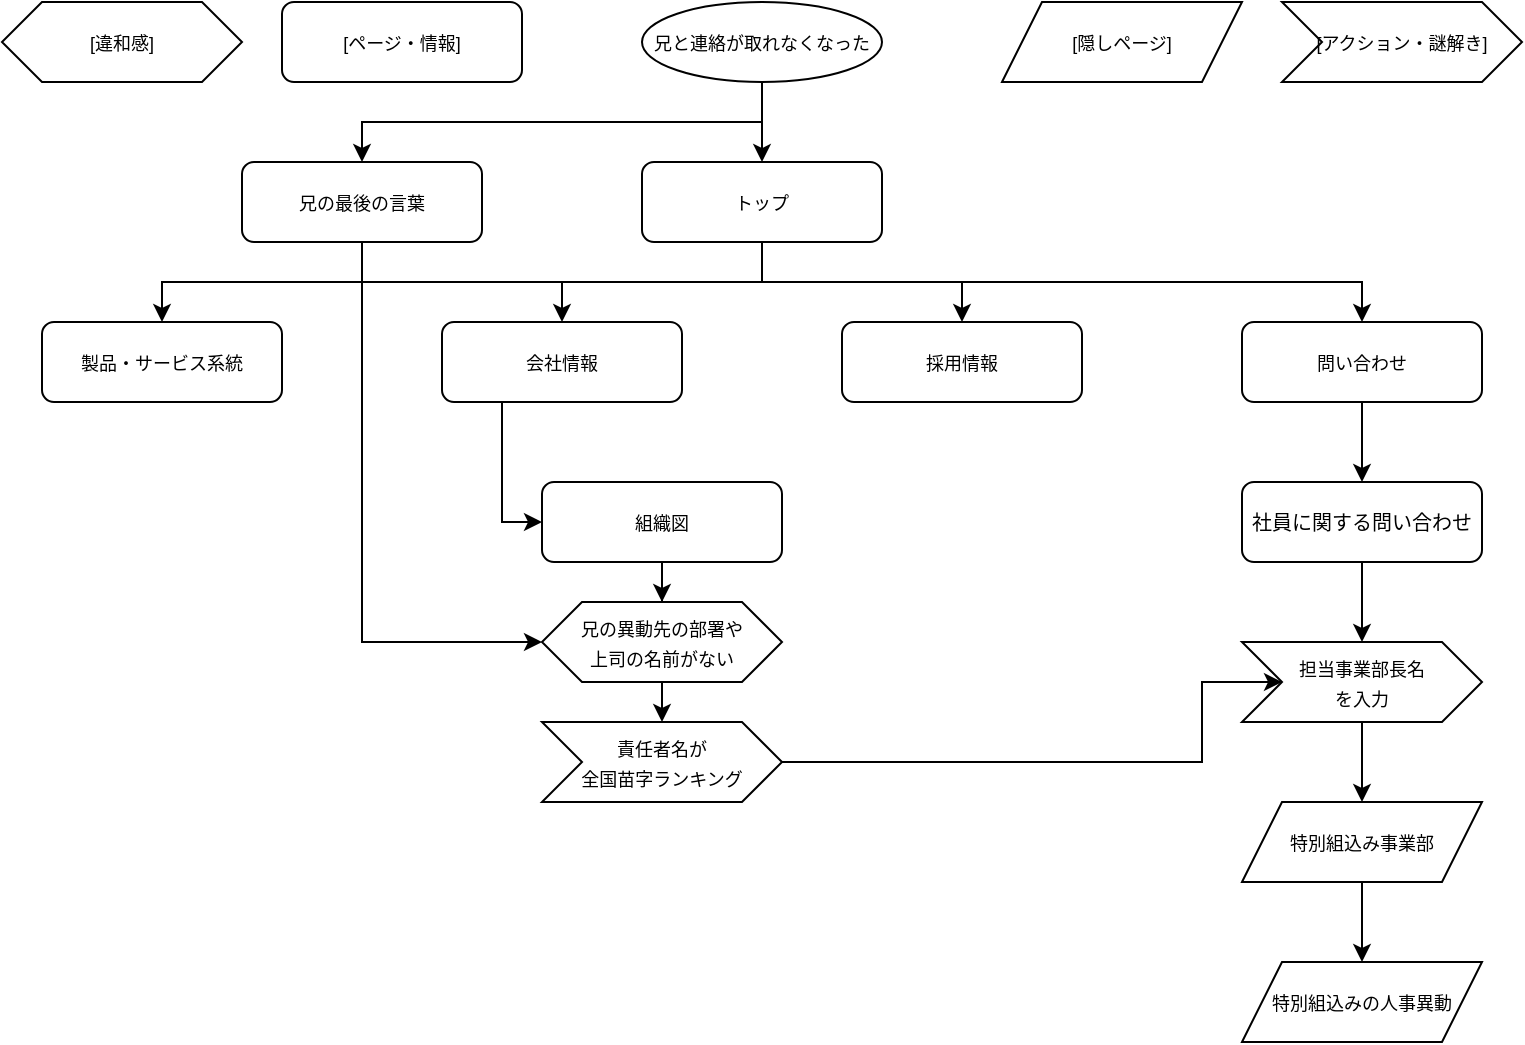
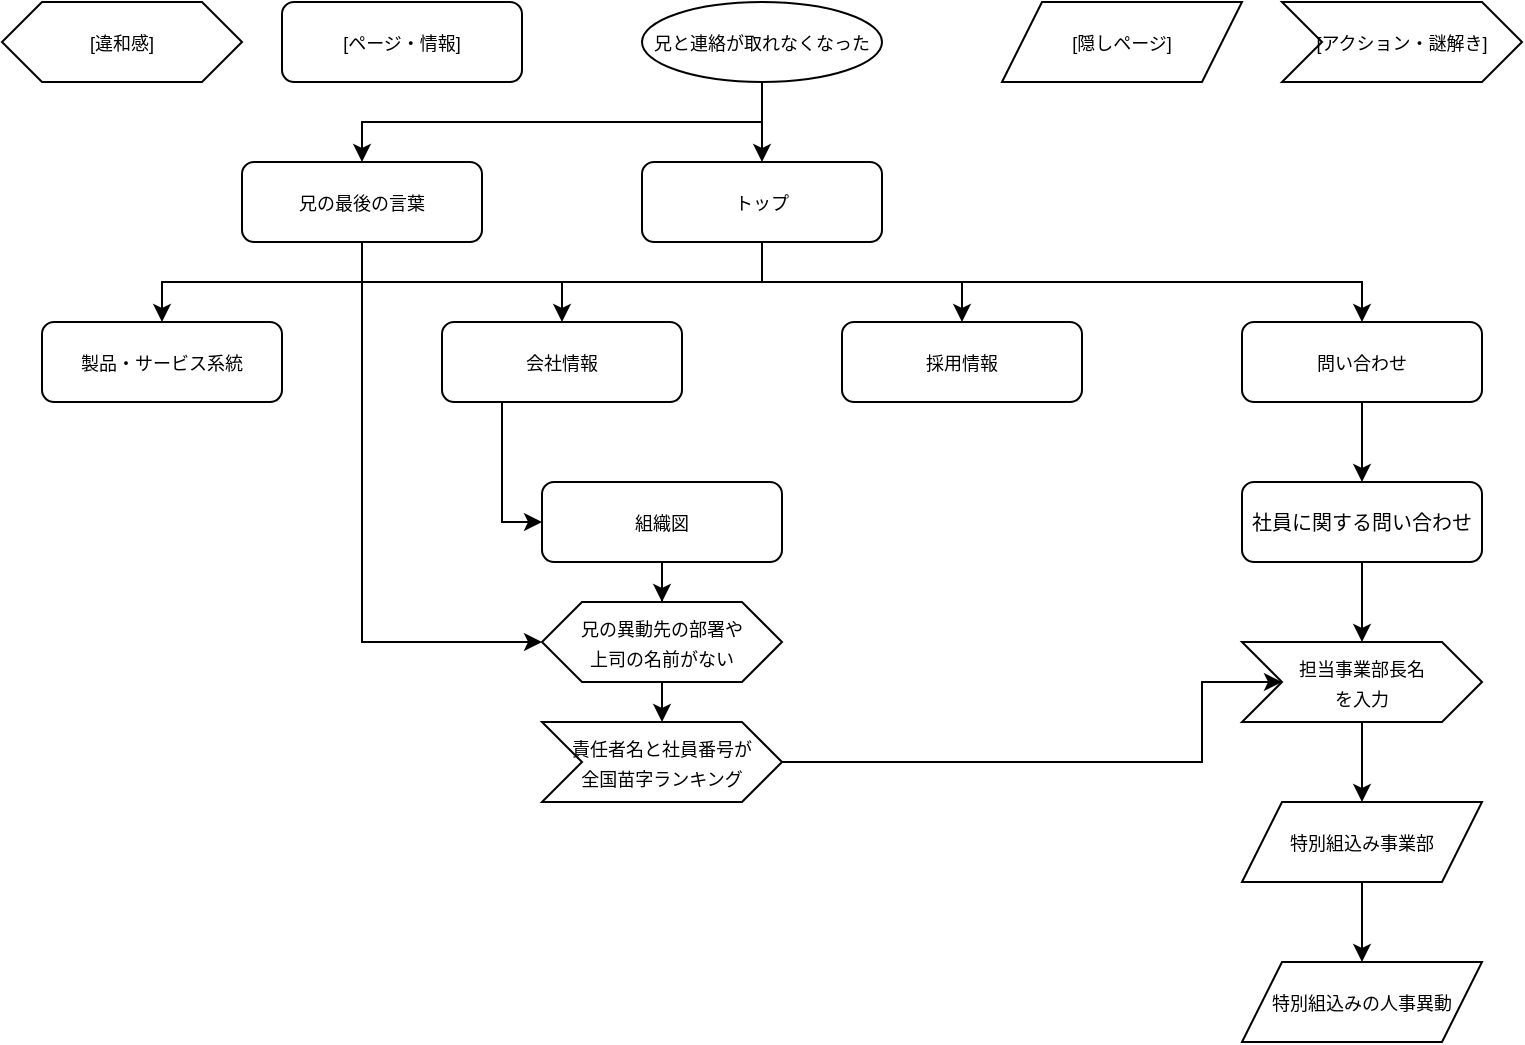
<mxfile host="app.diagrams.net">
  <diagram name="ページ-1" id="SspNnKsi7fuRaBvJYO7E">
-     <mxGraphModel dx="1212" dy="774" grid="1" gridSize="10" guides="1" tooltips="1" connect="1" arrows="1" fold="1" page="1" pageScale="1" pageWidth="800" pageHeight="1169" math="0" shadow="0">
+     <mxGraphModel dx="1030" dy="658" grid="1" gridSize="10" guides="1" tooltips="1" connect="1" arrows="1" fold="1" page="1" pageScale="1" pageWidth="800" pageHeight="1169" math="0" shadow="0">
      <root>
        <mxCell id="0" />
        <mxCell id="1" parent="0" />
        <mxCell id="Oz_Tc0_ftmsHe5I9UQDS-19" edge="1" parent="1" source="Oz_Tc0_ftmsHe5I9UQDS-2" style="edgeStyle=orthogonalEdgeStyle;rounded=0;orthogonalLoop=1;jettySize=auto;html=1;exitX=0.5;exitY=1;exitDx=0;exitDy=0;" target="Oz_Tc0_ftmsHe5I9UQDS-18">
          <mxGeometry relative="1" as="geometry" />
        </mxCell>
        <mxCell id="Oz_Tc0_ftmsHe5I9UQDS-51" edge="1" parent="1" source="Oz_Tc0_ftmsHe5I9UQDS-2" style="edgeStyle=orthogonalEdgeStyle;rounded=0;orthogonalLoop=1;jettySize=auto;html=1;exitX=0.5;exitY=1;exitDx=0;exitDy=0;entryX=0.5;entryY=0;entryDx=0;entryDy=0;" target="Oz_Tc0_ftmsHe5I9UQDS-55">
          <mxGeometry relative="1" as="geometry">
            <mxPoint x="260" y="120" as="targetPoint" />
          </mxGeometry>
        </mxCell>
        <mxCell id="Oz_Tc0_ftmsHe5I9UQDS-2" parent="1" style="ellipse;whiteSpace=wrap;html=1;" value="&lt;font style=&quot;font-size: 9px;&quot;&gt;兄と連絡が取れなくなった&lt;/font&gt;" vertex="1">
          <mxGeometry height="40" width="120" x="340" y="40" as="geometry" />
        </mxCell>
        <mxCell id="Oz_Tc0_ftmsHe5I9UQDS-24" edge="1" parent="1" source="Oz_Tc0_ftmsHe5I9UQDS-18" style="edgeStyle=orthogonalEdgeStyle;rounded=0;orthogonalLoop=1;jettySize=auto;html=1;exitX=0.5;exitY=1;exitDx=0;exitDy=0;entryX=0.5;entryY=0;entryDx=0;entryDy=0;" target="Oz_Tc0_ftmsHe5I9UQDS-23">
          <mxGeometry relative="1" as="geometry" />
        </mxCell>
        <mxCell id="Oz_Tc0_ftmsHe5I9UQDS-44" edge="1" parent="1" source="Oz_Tc0_ftmsHe5I9UQDS-18" style="edgeStyle=orthogonalEdgeStyle;rounded=0;orthogonalLoop=1;jettySize=auto;html=1;exitX=0.5;exitY=1;exitDx=0;exitDy=0;entryX=0.5;entryY=0;entryDx=0;entryDy=0;" target="Oz_Tc0_ftmsHe5I9UQDS-41">
          <mxGeometry relative="1" as="geometry" />
        </mxCell>
        <mxCell id="Oz_Tc0_ftmsHe5I9UQDS-45" edge="1" parent="1" source="Oz_Tc0_ftmsHe5I9UQDS-18" style="edgeStyle=orthogonalEdgeStyle;rounded=0;orthogonalLoop=1;jettySize=auto;html=1;exitX=0.5;exitY=1;exitDx=0;exitDy=0;entryX=0.5;entryY=0;entryDx=0;entryDy=0;" target="Oz_Tc0_ftmsHe5I9UQDS-42">
          <mxGeometry relative="1" as="geometry" />
        </mxCell>
        <mxCell id="Oz_Tc0_ftmsHe5I9UQDS-46" edge="1" parent="1" source="Oz_Tc0_ftmsHe5I9UQDS-18" style="edgeStyle=orthogonalEdgeStyle;rounded=0;orthogonalLoop=1;jettySize=auto;html=1;exitX=0.5;exitY=1;exitDx=0;exitDy=0;" target="Oz_Tc0_ftmsHe5I9UQDS-43">
          <mxGeometry relative="1" as="geometry" />
        </mxCell>
        <mxCell id="Oz_Tc0_ftmsHe5I9UQDS-18" parent="1" style="rounded=1;whiteSpace=wrap;html=1;" value="&lt;font style=&quot;font-size: 9px;&quot;&gt;トップ&lt;/font&gt;" vertex="1">
          <mxGeometry height="40" width="120" x="340" y="120" as="geometry" />
        </mxCell>
        <mxCell id="Oz_Tc0_ftmsHe5I9UQDS-37" edge="1" parent="1" source="Oz_Tc0_ftmsHe5I9UQDS-69" style="edgeStyle=orthogonalEdgeStyle;rounded=0;orthogonalLoop=1;jettySize=auto;html=1;exitX=0.5;exitY=1;exitDx=0;exitDy=0;entryX=0.5;entryY=0;entryDx=0;entryDy=0;" target="Oz_Tc0_ftmsHe5I9UQDS-35">
          <mxGeometry relative="1" as="geometry" />
        </mxCell>
        <mxCell id="Oz_Tc0_ftmsHe5I9UQDS-25" edge="1" parent="1" source="Oz_Tc0_ftmsHe5I9UQDS-23" style="edgeStyle=orthogonalEdgeStyle;rounded=0;orthogonalLoop=1;jettySize=auto;html=1;exitX=0.5;exitY=1;exitDx=0;exitDy=0;entryX=0.5;entryY=0;entryDx=0;entryDy=0;" target="Oz_Tc0_ftmsHe5I9UQDS-69">
          <mxGeometry relative="1" as="geometry" />
        </mxCell>
        <mxCell id="Oz_Tc0_ftmsHe5I9UQDS-23" parent="1" style="rounded=1;whiteSpace=wrap;html=1;" value="&lt;font style=&quot;font-size: 9px;&quot;&gt;問い合わせ&lt;/font&gt;" vertex="1">
          <mxGeometry height="40" width="120" x="640" y="200" as="geometry" />
        </mxCell>
        <mxCell id="Oz_Tc0_ftmsHe5I9UQDS-27" parent="1" style="rounded=1;whiteSpace=wrap;html=1;" value="&lt;font style=&quot;font-size: 9px;&quot;&gt;[ページ・情報]&lt;/font&gt;" vertex="1">
          <mxGeometry height="40" width="120" x="160" y="40" as="geometry" />
        </mxCell>
        <mxCell id="Oz_Tc0_ftmsHe5I9UQDS-29" parent="1" style="shape=hexagon;perimeter=hexagonPerimeter2;whiteSpace=wrap;html=1;fixedSize=1;" value="&lt;font style=&quot;font-size: 9px;&quot;&gt;[違和感]&lt;/font&gt;" vertex="1">
          <mxGeometry height="40" width="120" x="20" y="40" as="geometry" />
        </mxCell>
        <mxCell id="Oz_Tc0_ftmsHe5I9UQDS-31" parent="1" style="shape=parallelogram;perimeter=parallelogramPerimeter;whiteSpace=wrap;html=1;fixedSize=1;" value="&lt;font style=&quot;font-size: 9px;&quot;&gt;[隠しページ]&lt;/font&gt;" vertex="1">
          <mxGeometry height="40" width="120" x="520" y="40" as="geometry" />
        </mxCell>
        <mxCell id="Oz_Tc0_ftmsHe5I9UQDS-34" parent="1" style="shape=step;perimeter=stepPerimeter;whiteSpace=wrap;html=1;fixedSize=1;" value="&lt;font style=&quot;font-size: 9px;&quot;&gt;[アクション・謎解き]&lt;/font&gt;" vertex="1">
          <mxGeometry height="40" width="120" x="660" y="40" as="geometry" />
        </mxCell>
        <mxCell id="Oz_Tc0_ftmsHe5I9UQDS-39" edge="1" parent="1" source="Oz_Tc0_ftmsHe5I9UQDS-35" style="edgeStyle=orthogonalEdgeStyle;rounded=0;orthogonalLoop=1;jettySize=auto;html=1;exitX=0.5;exitY=1;exitDx=0;exitDy=0;entryX=0.5;entryY=0;entryDx=0;entryDy=0;" target="Oz_Tc0_ftmsHe5I9UQDS-38">
          <mxGeometry relative="1" as="geometry" />
        </mxCell>
        <mxCell id="Oz_Tc0_ftmsHe5I9UQDS-35" parent="1" style="shape=step;perimeter=stepPerimeter;whiteSpace=wrap;html=1;fixedSize=1;" value="&lt;font style=&quot;font-size: 9px;&quot;&gt;担当事業部長名&lt;/font&gt;&lt;div&gt;&lt;span style=&quot;font-size: 9px; background-color: transparent; color: light-dark(rgb(0, 0, 0), rgb(255, 255, 255));&quot;&gt;を入力&lt;/span&gt;&lt;/div&gt;" vertex="1">
          <mxGeometry height="40" width="120" x="640" y="360" as="geometry" />
        </mxCell>
        <mxCell id="Oz_Tc0_ftmsHe5I9UQDS-68" edge="1" parent="1" source="Oz_Tc0_ftmsHe5I9UQDS-38" style="edgeStyle=orthogonalEdgeStyle;rounded=0;orthogonalLoop=1;jettySize=auto;html=1;exitX=0.5;exitY=1;exitDx=0;exitDy=0;entryX=0.5;entryY=0;entryDx=0;entryDy=0;" target="Oz_Tc0_ftmsHe5I9UQDS-67">
          <mxGeometry relative="1" as="geometry" />
        </mxCell>
        <mxCell id="Oz_Tc0_ftmsHe5I9UQDS-38" parent="1" style="shape=parallelogram;perimeter=parallelogramPerimeter;whiteSpace=wrap;html=1;fixedSize=1;" value="&lt;font style=&quot;font-size: 9px;&quot;&gt;特別組込み事業部&lt;/font&gt;" vertex="1">
          <mxGeometry height="40" width="120" x="640" y="440" as="geometry" />
        </mxCell>
        <mxCell id="Oz_Tc0_ftmsHe5I9UQDS-41" parent="1" style="rounded=1;whiteSpace=wrap;html=1;" value="&lt;font style=&quot;font-size: 9px;&quot;&gt;採用情報&lt;/font&gt;" vertex="1">
          <mxGeometry height="40" width="120" x="440" y="200" as="geometry" />
        </mxCell>
        <mxCell id="Oz_Tc0_ftmsHe5I9UQDS-48" edge="1" parent="1" source="Oz_Tc0_ftmsHe5I9UQDS-42" style="edgeStyle=orthogonalEdgeStyle;rounded=0;orthogonalLoop=1;jettySize=auto;html=1;exitX=0.25;exitY=1;exitDx=0;exitDy=0;entryX=0;entryY=0.5;entryDx=0;entryDy=0;" target="Oz_Tc0_ftmsHe5I9UQDS-47">
          <mxGeometry relative="1" as="geometry" />
        </mxCell>
        <mxCell id="Oz_Tc0_ftmsHe5I9UQDS-42" parent="1" style="rounded=1;whiteSpace=wrap;html=1;" value="&lt;font style=&quot;font-size: 9px;&quot;&gt;会社情報&lt;/font&gt;" vertex="1">
          <mxGeometry height="40" width="120" x="240" y="200" as="geometry" />
        </mxCell>
        <mxCell id="Oz_Tc0_ftmsHe5I9UQDS-43" parent="1" style="rounded=1;whiteSpace=wrap;html=1;" value="&lt;font style=&quot;font-size: 9px;&quot;&gt;製品・サービス系統&lt;/font&gt;" vertex="1">
          <mxGeometry height="40" width="120" x="40" y="200" as="geometry" />
        </mxCell>
        <mxCell id="Oz_Tc0_ftmsHe5I9UQDS-62" edge="1" parent="1" source="Oz_Tc0_ftmsHe5I9UQDS-47" style="edgeStyle=orthogonalEdgeStyle;rounded=0;orthogonalLoop=1;jettySize=auto;html=1;exitX=0.5;exitY=1;exitDx=0;exitDy=0;" target="Oz_Tc0_ftmsHe5I9UQDS-49">
          <mxGeometry relative="1" as="geometry" />
        </mxCell>
        <mxCell id="Oz_Tc0_ftmsHe5I9UQDS-47" parent="1" style="rounded=1;whiteSpace=wrap;html=1;" value="&lt;font style=&quot;font-size: 9px;&quot;&gt;組織図&lt;/font&gt;" vertex="1">
          <mxGeometry height="40" width="120" x="290" y="280" as="geometry" />
        </mxCell>
        <mxCell id="Oz_Tc0_ftmsHe5I9UQDS-64" edge="1" parent="1" source="Oz_Tc0_ftmsHe5I9UQDS-49" style="edgeStyle=orthogonalEdgeStyle;rounded=0;orthogonalLoop=1;jettySize=auto;html=1;exitX=0.5;exitY=1;exitDx=0;exitDy=0;entryX=0.5;entryY=0;entryDx=0;entryDy=0;" target="Oz_Tc0_ftmsHe5I9UQDS-63">
          <mxGeometry relative="1" as="geometry" />
        </mxCell>
        <mxCell id="Oz_Tc0_ftmsHe5I9UQDS-49" parent="1" style="shape=hexagon;perimeter=hexagonPerimeter2;whiteSpace=wrap;html=1;fixedSize=1;" value="&lt;font style=&quot;font-size: 9px;&quot;&gt;兄の異動先の&lt;/font&gt;&lt;font style=&quot;background-color: transparent; color: light-dark(rgb(0, 0, 0), rgb(255, 255, 255)); font-size: 9px;&quot;&gt;部署や&lt;/font&gt;&lt;div&gt;&lt;font style=&quot;background-color: transparent; color: light-dark(rgb(0, 0, 0), rgb(255, 255, 255)); font-size: 9px;&quot;&gt;上司の&lt;/font&gt;&lt;span style=&quot;background-color: transparent; color: light-dark(rgb(0, 0, 0), rgb(255, 255, 255)); font-size: 9px;&quot;&gt;名前がない&lt;/span&gt;&lt;/div&gt;" vertex="1">
          <mxGeometry height="40" width="120" x="290" y="340" as="geometry" />
        </mxCell>
        <mxCell id="Oz_Tc0_ftmsHe5I9UQDS-57" edge="1" parent="1" source="Oz_Tc0_ftmsHe5I9UQDS-55" style="edgeStyle=orthogonalEdgeStyle;rounded=0;orthogonalLoop=1;jettySize=auto;html=1;exitX=0.5;exitY=1;exitDx=0;exitDy=0;entryX=0;entryY=0.5;entryDx=0;entryDy=0;" target="Oz_Tc0_ftmsHe5I9UQDS-49">
          <mxGeometry relative="1" as="geometry" />
        </mxCell>
        <mxCell id="Oz_Tc0_ftmsHe5I9UQDS-55" parent="1" style="rounded=1;whiteSpace=wrap;html=1;" value="&lt;font style=&quot;font-size: 9px;&quot;&gt;兄の最後の言葉&lt;/font&gt;" vertex="1">
          <mxGeometry height="40" width="120" x="140" y="120" as="geometry" />
        </mxCell>
        <mxCell id="Oz_Tc0_ftmsHe5I9UQDS-65" edge="1" parent="1" source="Oz_Tc0_ftmsHe5I9UQDS-63" style="edgeStyle=orthogonalEdgeStyle;rounded=0;orthogonalLoop=1;jettySize=auto;html=1;exitX=1;exitY=0.5;exitDx=0;exitDy=0;entryX=0;entryY=0.5;entryDx=0;entryDy=0;" target="Oz_Tc0_ftmsHe5I9UQDS-35">
          <mxGeometry relative="1" as="geometry">
            <Array as="points">
              <mxPoint x="620" y="420" />
              <mxPoint x="620" y="380" />
            </Array>
          </mxGeometry>
        </mxCell>
-         <mxCell id="Oz_Tc0_ftmsHe5I9UQDS-63" parent="1" style="shape=step;perimeter=stepPerimeter;whiteSpace=wrap;html=1;fixedSize=1;" value="&lt;font style=&quot;font-size: 9px;&quot;&gt;責任者名が&lt;/font&gt;&lt;div&gt;&lt;font style=&quot;font-size: 9px;&quot;&gt;全国苗字ランキング&lt;/font&gt;&lt;/div&gt;" vertex="1">
+         <mxCell id="Oz_Tc0_ftmsHe5I9UQDS-63" parent="1" style="shape=step;perimeter=stepPerimeter;whiteSpace=wrap;html=1;fixedSize=1;" value="&lt;font style=&quot;font-size: 9px;&quot;&gt;責任者名と社員番号が&lt;/font&gt;&lt;div&gt;&lt;div&gt;&lt;font style=&quot;font-size: 9px;&quot;&gt;全国苗字ランキング&lt;/font&gt;&lt;/div&gt;&lt;/div&gt;" vertex="1">
          <mxGeometry height="40" width="120" x="290" y="400" as="geometry" />
        </mxCell>
        <mxCell id="Oz_Tc0_ftmsHe5I9UQDS-67" parent="1" style="shape=parallelogram;perimeter=parallelogramPerimeter;whiteSpace=wrap;html=1;fixedSize=1;" value="&lt;font style=&quot;font-size: 9px;&quot;&gt;特別組込みの人事異動&lt;/font&gt;" vertex="1">
          <mxGeometry height="40" width="120" x="640" y="520" as="geometry" />
        </mxCell>
        <mxCell id="Oz_Tc0_ftmsHe5I9UQDS-69" parent="1" style="rounded=1;whiteSpace=wrap;html=1;" value="&lt;font size=&quot;1&quot;&gt;社員に関する問い合わせ&lt;/font&gt;" vertex="1">
          <mxGeometry height="40" width="120" x="640" y="280" as="geometry" />
        </mxCell>
      </root>
    </mxGraphModel>
  </diagram>
</mxfile>
